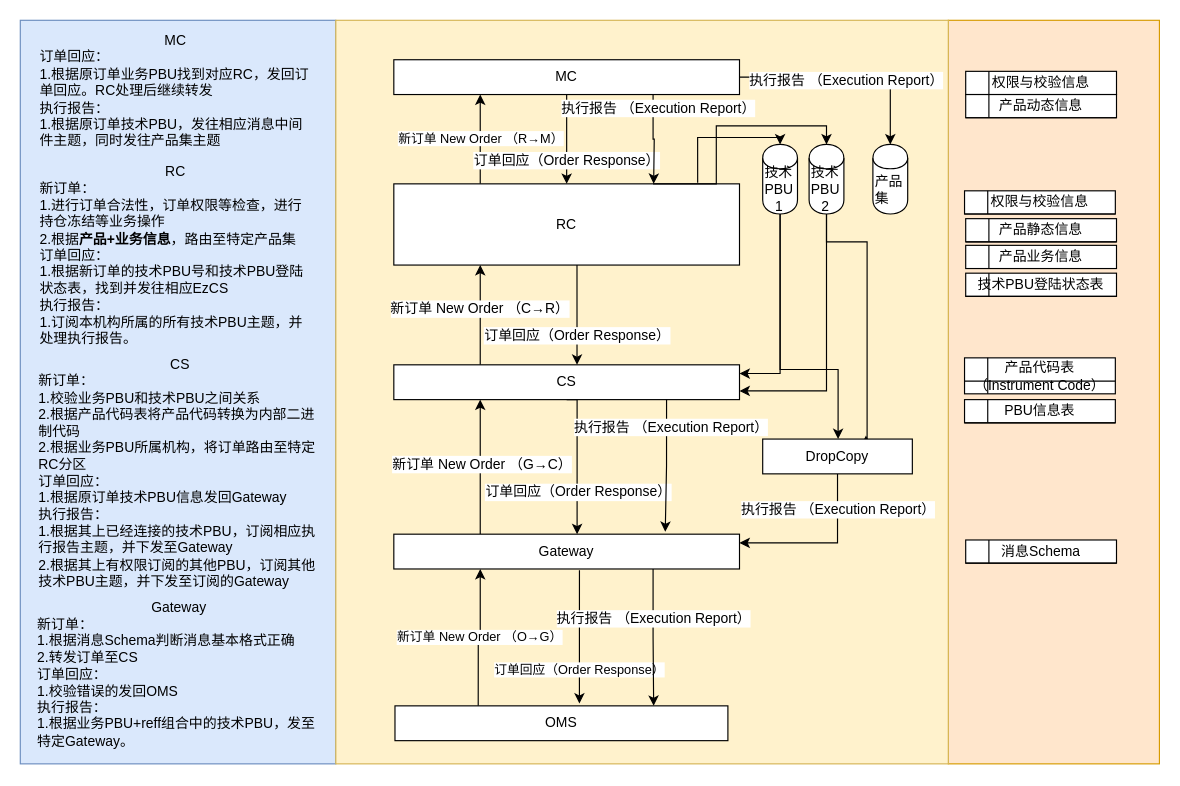
Earlier version of the draw.io diagram page "New Order Process" (2 of 6) of 交易系统升级流图 (2).drawio (gotrade/gotrade). Source tidied: cells renumbered, new cells numbered last; positions are measured from the earlier drawing's top-left corner, leaving out a move shared by most shapes. Both pictures are drawn from the tidied source at 116%, with x=0, y=0 at pixel (20, 20).
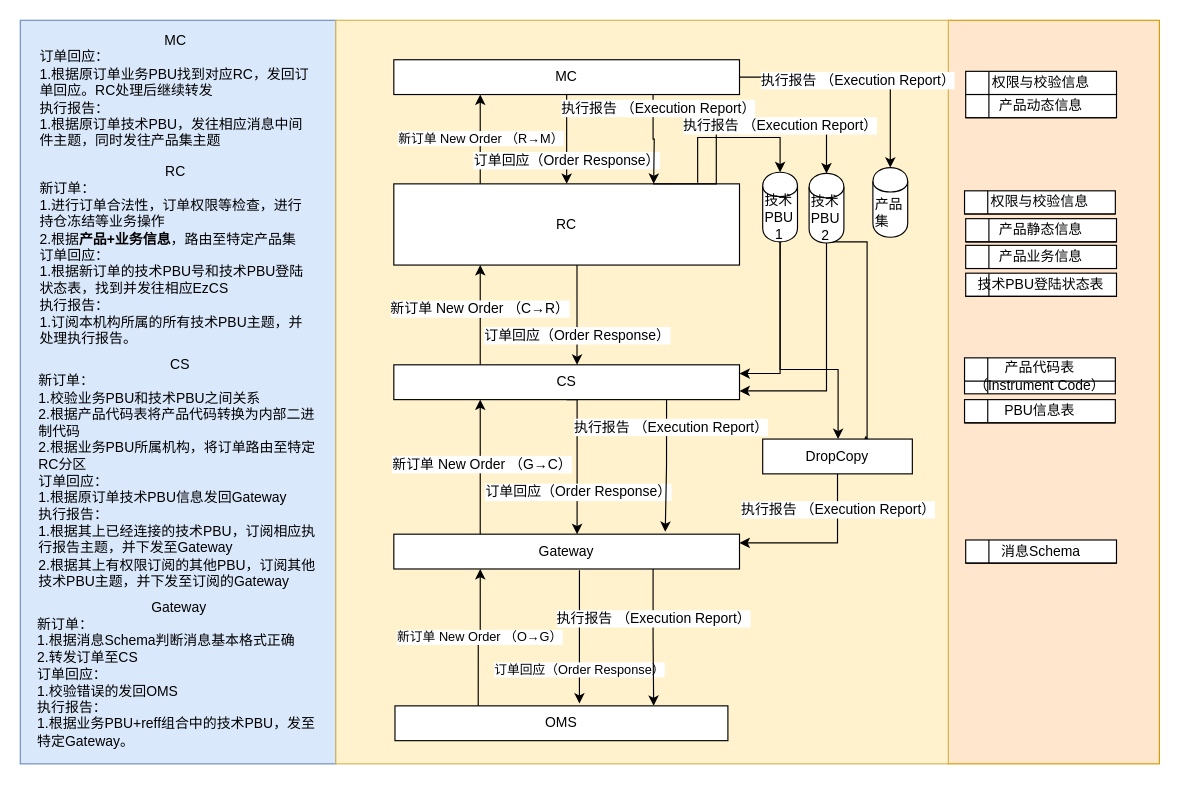
After the change.

Unchanged cells that the change refers to:
```xml
<mxCell id="22" style="edgeStyle=orthogonalEdgeStyle;rounded=0;jettySize=auto;html=1;exitX=0.75;exitY=0;exitDx=0;exitDy=0;entryX=0.5;entryY=0;entryDx=0;entryDy=0;" parent="1" edge="1" source="19" target="44">
  <mxGeometry x="-0.3" relative="1" as="geometry">
    <Array as="points">
      <mxPoint x="600" y="141" />
      <mxPoint x="600" y="91" />
      <mxPoint x="695" y="91" />
    </Array>
  </mxGeometry>
</mxCell>
```

Diff of the diagram source:
```diff
@@
+    <mxCell id="56" value="执行报告 （Execution Report）" style="text;html=1;align=center;verticalAlign=middle;labelBackgroundColor=#ffffff;" parent="22" vertex="1">
+      <mxGeometry x="0.2" y="-3" relative="1" as="geometry">
+        <mxPoint x="15" y="-4" as="offset" />
+      </mxGeometry>
+    </mxCell>
@@
     <mxCell id="41" value="技术&lt;br&gt;PBU&lt;br&gt;&lt;div style=&quot;text-align: center&quot;&gt;&lt;span&gt;1&lt;/span&gt;&lt;/div&gt;" style="shape=cylinder;whiteSpace=wrap;html=1;boundedLbl=1;backgroundOutline=1;align=left;" parent="1" vertex="1">
-      <mxGeometry x="640" y="107" width="30" height="60" as="geometry" />
+      <mxGeometry x="640" y="131" width="30" height="60" as="geometry" />
     </mxCell>
@@
     <mxCell id="44" value="技术&lt;br&gt;PBU&lt;br&gt;&lt;div style=&quot;text-align: center&quot;&gt;&lt;span&gt;2&lt;/span&gt;&lt;/div&gt;" style="shape=cylinder;whiteSpace=wrap;html=1;boundedLbl=1;backgroundOutline=1;align=left;" parent="1" vertex="1">
-      <mxGeometry x="680" y="107" width="30" height="60" as="geometry" />
+      <mxGeometry x="680" y="132" width="30" height="60" as="geometry" />
     </mxCell>
     <mxCell id="45" value="产品集" style="shape=cylinder;whiteSpace=wrap;html=1;boundedLbl=1;backgroundOutline=1;align=left;" parent="1" vertex="1">
-      <mxGeometry x="735" y="107" width="30" height="60" as="geometry" />
+      <mxGeometry x="735" y="127" width="30" height="60" as="geometry" />
     </mxCell>
```
